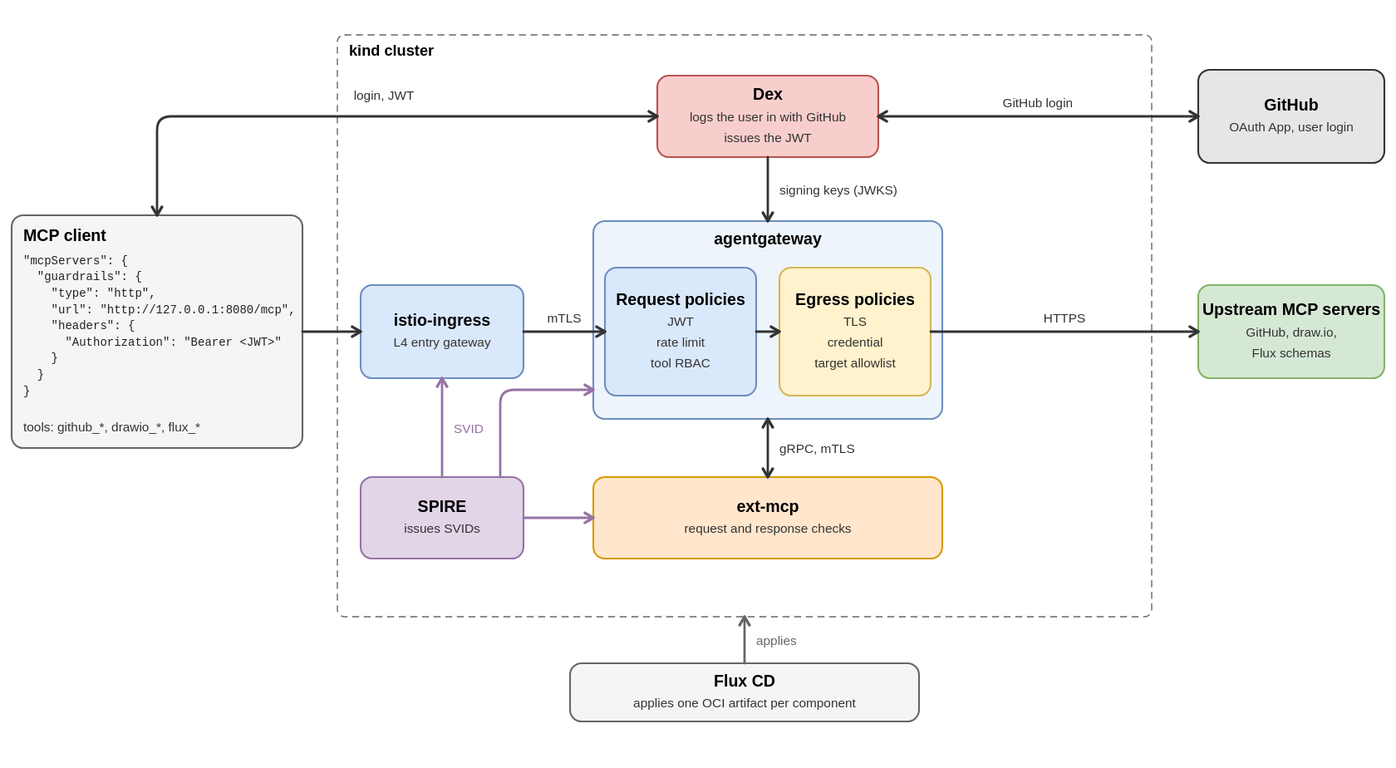
This is code/mcp-sandbox/part-3-mcp-guardrails/docs/diagrams/architecture.drawio.svg from raghav19/engineersdaybook, a draw.io export, as it was before one commit. Source tidied: cells renumbered, new cells last; positions are measured from the earlier drawing's top-left corner, leaving out a move shared by most shapes.
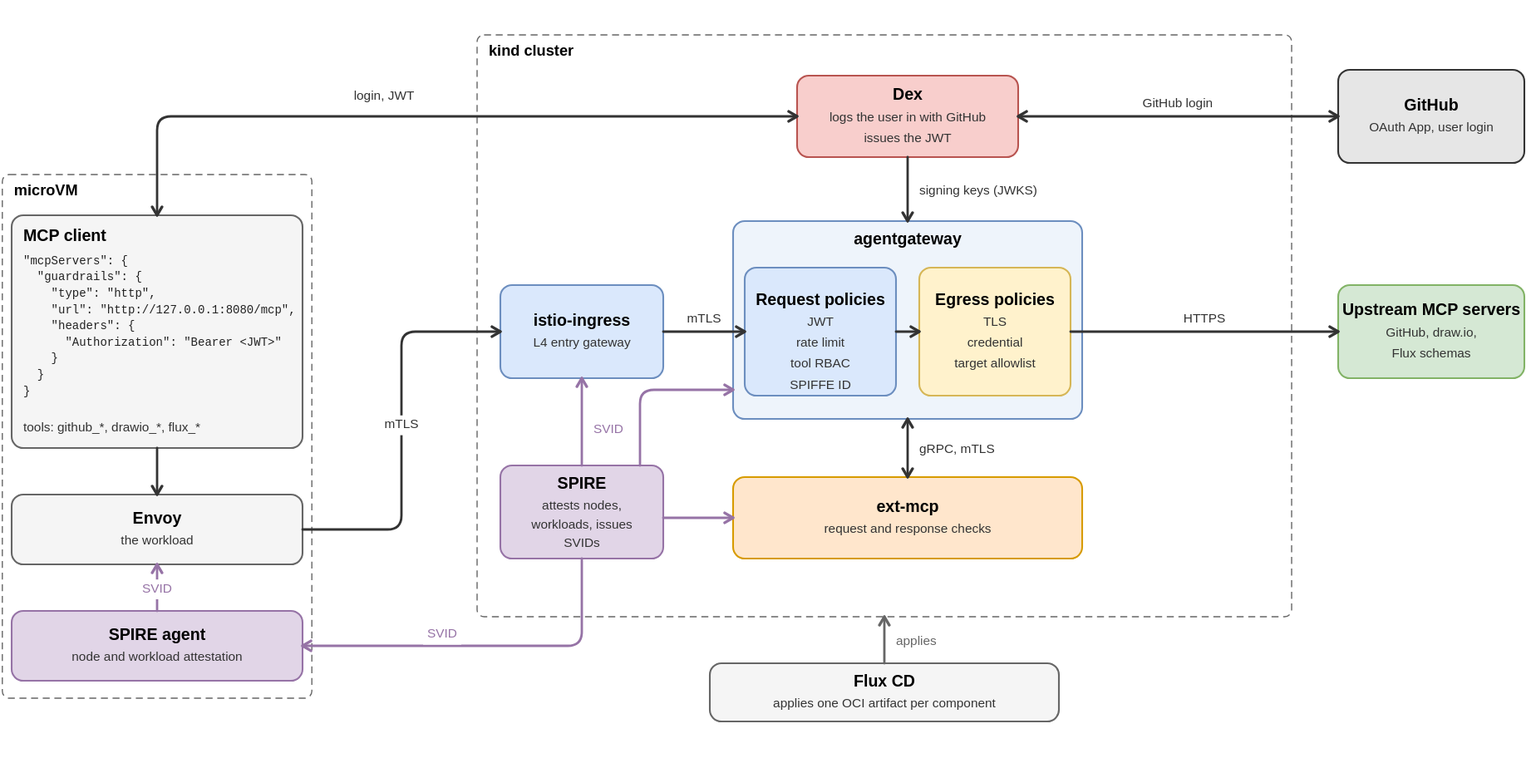
Above is the later version.

Diff of the diagram source:
```diff
@@ -5,16 +5,25 @@
     <mxCell id="2" value="kind cluster" style="swimlane;startSize=24;fillColor=none;strokeColor=#666666;dashed=1;fontStyle=1;html=1;align=left;spacingLeft=8;" parent="1" vertex="1">
       <mxGeometry x="280" width="700" height="500" as="geometry" />
     </mxCell>
+    <mxCell id="26" value="microVM" style="swimlane;startSize=24;fillColor=none;strokeColor=#666666;dashed=1;fontStyle=1;html=1;align=left;spacingLeft=8;" parent="1" vertex="1">
+      <mxGeometry x="-128" y="120" width="266" height="450" as="geometry" />
+    </mxCell>
-    <mxCell id="3" value="&lt;b&gt;MCP client&lt;/b&gt;&lt;br&gt;&lt;font face='Courier New' style='font-size:10px'&gt;&quot;mcpServers&quot;: {&lt;br&gt;&amp;nbsp;&amp;nbsp;&quot;guardrails&quot;: {&lt;br&gt;&amp;nbsp;&amp;nbsp;&amp;nbsp;&amp;nbsp;&quot;type&quot;: &quot;http&quot;,&lt;br&gt;&amp;nbsp;&amp;nbsp;&amp;nbsp;&amp;nbsp;&quot;url&quot;: &quot;http://127.0.0.1:8080/mcp&quot;,&lt;br&gt;&amp;nbsp;&amp;nbsp;&amp;nbsp;&amp;nbsp;&quot;headers&quot;: {&lt;br&gt;&amp;nbsp;&amp;nbsp;&amp;nbsp;&amp;nbsp;&amp;nbsp;&amp;nbsp;&quot;Authorization&quot;: &quot;Bearer &amp;lt;JWT&amp;gt;&quot;&lt;br&gt;&amp;nbsp;&amp;nbsp;&amp;nbsp;&amp;nbsp;}&lt;br&gt;&amp;nbsp;&amp;nbsp;}&lt;br&gt;}&lt;/font&gt;&lt;br&gt;tools: github_*, drawio_*, flux_*" style="rounded=1;whiteSpace=wrap;html=1;align=left;spacingLeft=10;fillColor=#f5f5f5;strokeColor=#666666;fontColor=#000000;" parent="1" vertex="1">
-      <mxGeometry y="155" width="250" height="200" as="geometry" />
+    <mxCell id="3" value="&lt;b&gt;MCP client&lt;/b&gt;&lt;br&gt;&lt;font face='Courier New' style='font-size:10px'&gt;&quot;mcpServers&quot;: {&lt;br&gt;&amp;nbsp;&amp;nbsp;&quot;guardrails&quot;: {&lt;br&gt;&amp;nbsp;&amp;nbsp;&amp;nbsp;&amp;nbsp;&quot;type&quot;: &quot;http&quot;,&lt;br&gt;&amp;nbsp;&amp;nbsp;&amp;nbsp;&amp;nbsp;&quot;url&quot;: &quot;http://127.0.0.1:8080/mcp&quot;,&lt;br&gt;&amp;nbsp;&amp;nbsp;&amp;nbsp;&amp;nbsp;&quot;headers&quot;: {&lt;br&gt;&amp;nbsp;&amp;nbsp;&amp;nbsp;&amp;nbsp;&amp;nbsp;&amp;nbsp;&quot;Authorization&quot;: &quot;Bearer &amp;lt;JWT&amp;gt;&quot;&lt;br&gt;&amp;nbsp;&amp;nbsp;&amp;nbsp;&amp;nbsp;}&lt;br&gt;&amp;nbsp;&amp;nbsp;}&lt;br&gt;}&lt;/font&gt;&lt;br&gt;tools: github_*, drawio_*, flux_*" style="rounded=1;whiteSpace=wrap;html=1;align=left;spacingLeft=10;fillColor=#f5f5f5;strokeColor=#666666;fontColor=#000000;" parent="26" vertex="1">
+      <mxGeometry x="8" y="35" width="250" height="200" as="geometry" />
     </mxCell>
+    <mxCell id="27" value="&lt;b&gt;Envoy&lt;/b&gt;&lt;br&gt;the workload" style="rounded=1;whiteSpace=wrap;html=1;fillColor=#f5f5f5;strokeColor=#666666;fontColor=#000000;" parent="26" vertex="1">
+      <mxGeometry x="8" y="275" width="250" height="60" as="geometry" />
+    </mxCell>
+    <mxCell id="28" value="&lt;b&gt;SPIRE agent&lt;/b&gt;&lt;br&gt;node and workload attestation" style="rounded=1;whiteSpace=wrap;html=1;fillColor=#e1d5e7;strokeColor=#9673a6;fontColor=#000000;" parent="26" vertex="1">
+      <mxGeometry x="8" y="375" width="250" height="60" as="geometry" />
+    </mxCell>
     <mxCell id="4" value="&lt;b&gt;istio-ingress&lt;/b&gt;&lt;br&gt;L4 entry gateway" style="rounded=1;whiteSpace=wrap;html=1;fillColor=#dae8fc;strokeColor=#6c8ebf;fontColor=#000000;" parent="2" vertex="1">
       <mxGeometry x="20" y="215" width="140" height="80" as="geometry" />
     </mxCell>
     <mxCell id="5" value="agentgateway" style="swimlane;startSize=28;fillColor=#eef4fb;strokeColor=#6c8ebf;fontStyle=1;rounded=1;html=1;" parent="2" vertex="1">
       <mxGeometry x="220" y="160" width="300" height="170" as="geometry" />
     </mxCell>
-    <mxCell id="6" value="&lt;b&gt;Request policies&lt;/b&gt;&lt;br&gt;JWT&lt;br&gt;rate limit&lt;br&gt;tool RBAC" style="rounded=1;whiteSpace=wrap;html=1;fillColor=#dae8fc;strokeColor=#6c8ebf;fontColor=#000000;" parent="5" vertex="1">
+    <mxCell id="6" value="&lt;b&gt;Request policies&lt;/b&gt;&lt;br&gt;JWT&lt;br&gt;rate limit&lt;br&gt;tool RBAC&lt;br&gt;SPIFFE ID" style="rounded=1;whiteSpace=wrap;html=1;fillColor=#dae8fc;strokeColor=#6c8ebf;fontColor=#000000;" parent="5" vertex="1">
       <mxGeometry x="10" y="40" width="130" height="110" as="geometry" />
     </mxCell>
     <mxCell id="7" value="&lt;b&gt;Egress policies&lt;/b&gt;&lt;br&gt;TLS&lt;br&gt;credential&lt;br&gt;target allowlist" style="rounded=1;whiteSpace=wrap;html=1;fillColor=#fff2cc;strokeColor=#d6b656;fontColor=#000000;" parent="5" vertex="1">
@@ -23,8 +32,8 @@
     <mxCell id="8" value="&lt;b&gt;ext-mcp&lt;/b&gt;&lt;br&gt;request and response checks" style="rounded=1;whiteSpace=wrap;html=1;fillColor=#ffe6cc;strokeColor=#d79b00;fontColor=#000000;" parent="2" vertex="1">
       <mxGeometry x="220" y="380" width="300" height="70" as="geometry" />
     </mxCell>
-    <mxCell id="9" value="&lt;b&gt;SPIRE&lt;/b&gt;&lt;br&gt;issues SVIDs" style="rounded=1;whiteSpace=wrap;html=1;fillColor=#e1d5e7;strokeColor=#9673a6;fontColor=#000000;" parent="2" vertex="1">
-      <mxGeometry x="20" y="380" width="140" height="70" as="geometry" />
+    <mxCell id="9" value="&lt;b&gt;SPIRE&lt;/b&gt;&lt;br&gt;attests nodes,&lt;br&gt;workloads, issues&lt;br&gt;SVIDs" style="rounded=1;whiteSpace=wrap;html=1;fillColor=#e1d5e7;strokeColor=#9673a6;fontColor=#000000;" parent="2" vertex="1">
+      <mxGeometry x="20" y="370" width="140" height="80" as="geometry" />
     </mxCell>
     <mxCell id="10" value="&lt;b&gt;Upstream MCP servers&lt;/b&gt;&lt;br&gt;GitHub, draw.io,&lt;br&gt;Flux schemas" style="rounded=1;whiteSpace=wrap;html=1;fillColor=#d5e8d4;strokeColor=#82b366;fontColor=#000000;" parent="1" vertex="1">
       <mxGeometry x="1020" y="215" width="160" height="80" as="geometry" />
@@ -38,7 +47,7 @@
     <mxCell id="13" value="&lt;b&gt;Flux CD&lt;/b&gt;&lt;br&gt;applies one OCI artifact per component" style="rounded=1;whiteSpace=wrap;html=1;fillColor=#f5f5f5;strokeColor=#666666;fontColor=#000000;" parent="1" vertex="1">
       <mxGeometry x="480" y="540" width="300" height="50" as="geometry" />
     </mxCell>
-    <mxCell id="14" style="edgeStyle=orthogonalEdgeStyle;rounded=1;html=1;endArrow=open;endSize=7;strokeWidth=2;strokeColor=#333333;" parent="1" edge="1" source="3" target="4">
+    <mxCell id="14" value="mTLS" style="edgeStyle=orthogonalEdgeStyle;rounded=1;html=1;endArrow=open;endSize=7;strokeWidth=2;strokeColor=#333333;exitX=1;exitY=0.5;entryX=0;entryY=0.5;" parent="1" edge="1" source="27" target="4">
       <mxGeometry relative="1" as="geometry" />
     </mxCell>
     <mxCell id="15" value="mTLS" style="edgeStyle=orthogonalEdgeStyle;rounded=1;html=1;endArrow=open;endSize=7;strokeWidth=2;strokeColor=#333333;" parent="2" edge="1" source="4" target="6">
@@ -74,5 +83,14 @@
     <mxCell id="25" value="signing keys (JWKS)" style="edgeStyle=orthogonalEdgeStyle;rounded=1;html=1;endArrow=open;endSize=7;strokeWidth=2;strokeColor=#333333;" parent="2" edge="1" source="11" target="5">
       <mxGeometry relative="1" as="geometry" />
     </mxCell>
+    <mxCell id="29" style="edgeStyle=orthogonalEdgeStyle;rounded=1;html=1;endArrow=open;endSize=7;strokeWidth=2;strokeColor=#333333;" parent="1" edge="1" source="3" target="27">
+      <mxGeometry relative="1" as="geometry" />
+    </mxCell>
+    <mxCell id="30" value="SVID" style="edgeStyle=orthogonalEdgeStyle;rounded=1;html=1;endArrow=open;endSize=7;strokeWidth=2;strokeColor=#9673a6;" parent="1" edge="1" source="28" target="27">
+      <mxGeometry relative="1" as="geometry" />
+    </mxCell>
+    <mxCell id="31" value="SVID" style="edgeStyle=orthogonalEdgeStyle;rounded=1;html=1;endArrow=open;endSize=7;strokeWidth=2;strokeColor=#9673a6;exitX=0.5;exitY=1;entryX=1;entryY=0.5;" parent="1" edge="1" source="9" target="28">
+      <mxGeometry relative="1" as="geometry" />
+    </mxCell>
   </root>
 </mxGraphModel>
```
